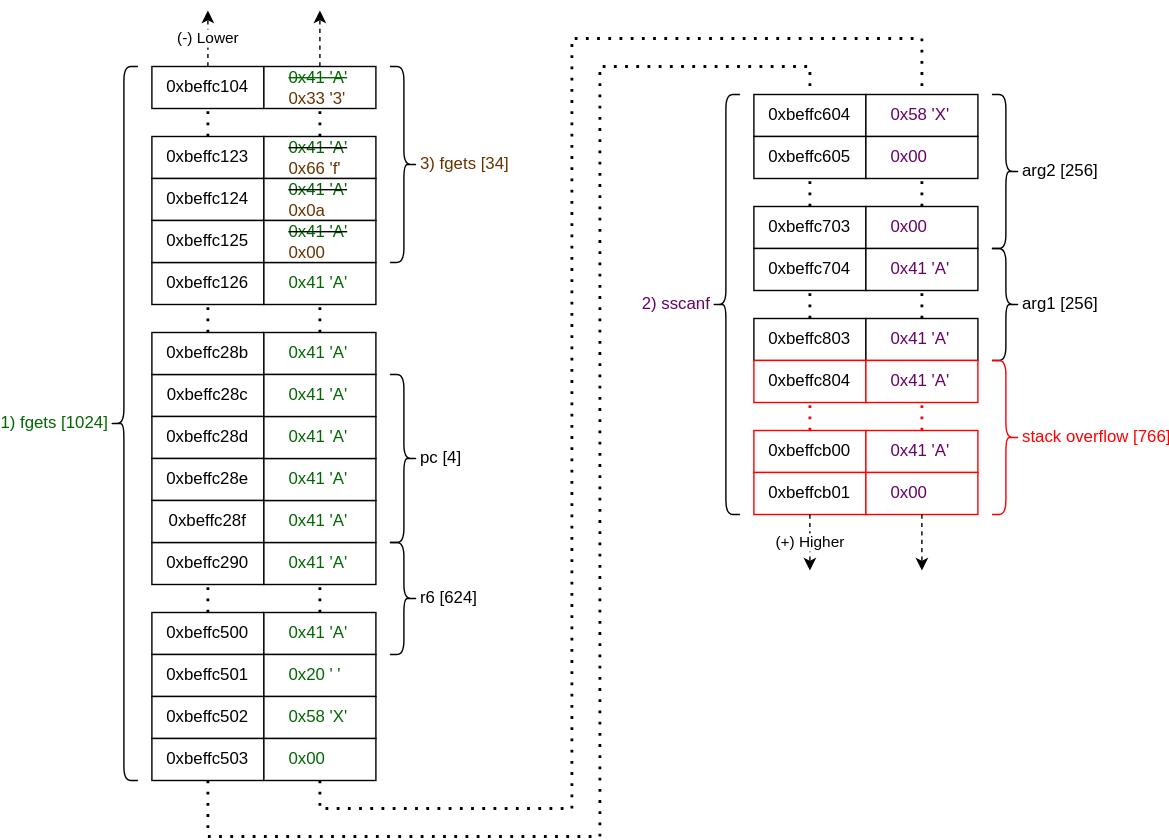
This is images/Memory_Layout-PoV.svg from cyber-defence-campus/netgear_r6700v3_circled, a draw.io export, as it was before one commit. Source tidied: cells renumbered, new cells last; positions are measured from the earlier drawing's top-left corner, leaving out a move shared by most shapes.
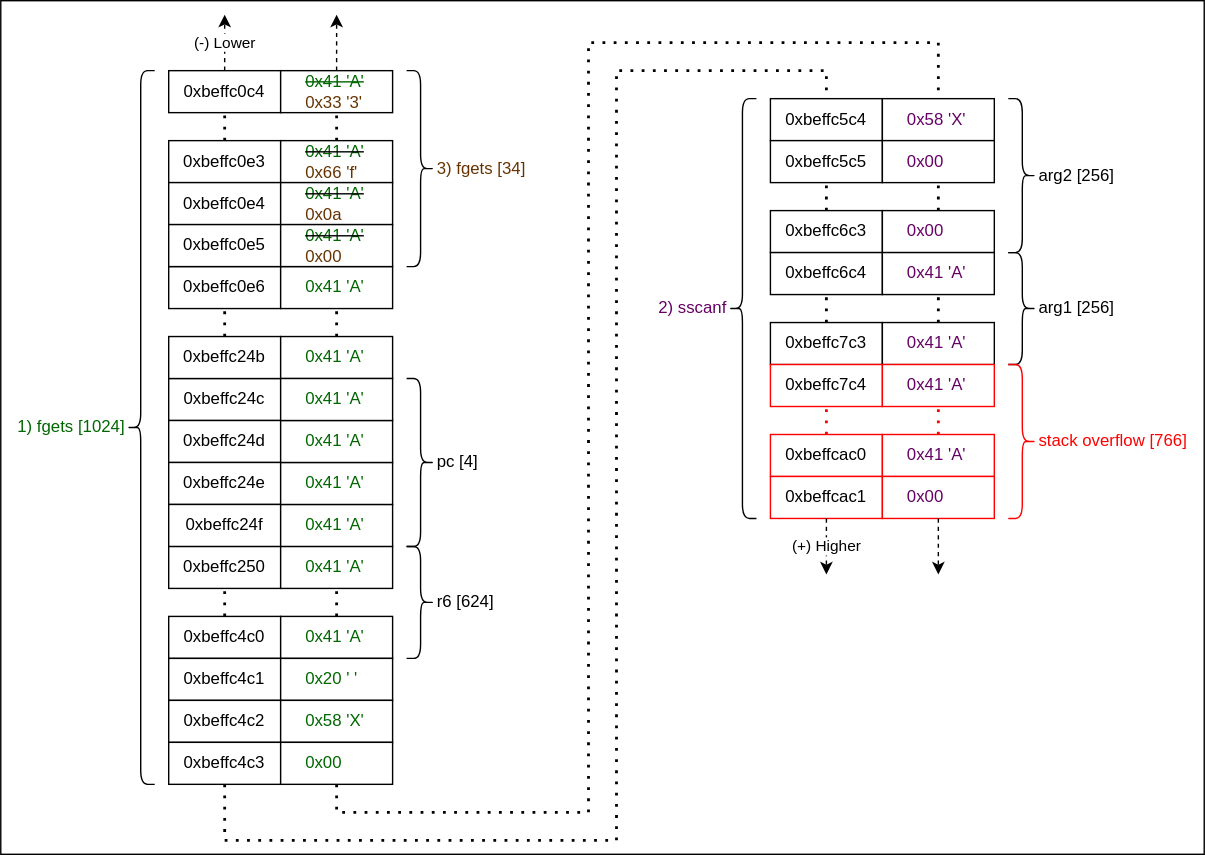
The same file after the commit.

Change to the diagram source:
```diff
@@ -2,10 +2,13 @@
   <root>
     <mxCell id="0" />
     <mxCell id="1" parent="0" />
+    <mxCell id="74" style="rounded=0;whiteSpace=wrap;html=1;" parent="1" vertex="1">
+      <mxGeometry x="-90" y="-10" width="860" height="610" as="geometry" />
+    </mxCell>
-    <mxCell id="2" value="0xbeffc126" style="rounded=0;whiteSpace=wrap;html=1;verticalAlign=middle;" parent="1" vertex="1">
+    <mxCell id="2" value="0xbeffc0e6" style="rounded=0;whiteSpace=wrap;html=1;verticalAlign=middle;" parent="1" vertex="1">
       <mxGeometry x="30" y="180" width="80" height="30" as="geometry" />
     </mxCell>
-    <mxCell id="3" value="0xbeffc500" style="rounded=0;whiteSpace=wrap;html=1;verticalAlign=middle;" parent="1" vertex="1">
+    <mxCell id="3" value="0xbeffc4c0" style="rounded=0;whiteSpace=wrap;html=1;verticalAlign=middle;" parent="1" vertex="1">
       <mxGeometry x="30" y="430" width="80" height="30" as="geometry" />
     </mxCell>
     <mxCell id="4" value="0x41 'A'" style="rounded=0;whiteSpace=wrap;html=1;verticalAlign=middle;fontColor=#006600;align=left;spacingLeft=16;" parent="1" vertex="1">
@@ -25,10 +28,10 @@
         <mxPoint x="150" y="210" as="targetPoint" />
       </mxGeometry>
     </mxCell>
-    <mxCell id="8" value="0xbeffc104" style="rounded=0;whiteSpace=wrap;html=1;verticalAlign=middle;" parent="1" vertex="1">
+    <mxCell id="8" value="0xbeffc0c4" style="rounded=0;whiteSpace=wrap;html=1;verticalAlign=middle;" parent="1" vertex="1">
       <mxGeometry x="30" y="40" width="80" height="30" as="geometry" />
     </mxCell>
-    <mxCell id="9" value="0xbeffc123" style="rounded=0;whiteSpace=wrap;html=1;verticalAlign=middle;" parent="1" vertex="1">
+    <mxCell id="9" value="0xbeffc0e3" style="rounded=0;whiteSpace=wrap;html=1;verticalAlign=middle;" parent="1" vertex="1">
       <mxGeometry x="30" y="90" width="80" height="30" as="geometry" />
     </mxCell>
     <mxCell id="10" value="&lt;font color=&quot;#006600&quot;&gt;&lt;strike&gt;0x41 'A'&lt;/strike&gt;&lt;br&gt;&lt;/font&gt;&lt;font color=&quot;#663300&quot;&gt;0x33 '3'&lt;/font&gt;" style="rounded=0;whiteSpace=wrap;html=1;verticalAlign=middle;align=left;spacingLeft=16;" parent="1" vertex="1">
@@ -45,10 +48,10 @@
         <mxPoint x="150" y="70" as="targetPoint" />
       </mxGeometry>
     </mxCell>
-    <mxCell id="14" value="0xbeffc124" style="rounded=0;whiteSpace=wrap;html=1;verticalAlign=middle;" parent="1" vertex="1">
+    <mxCell id="14" value="0xbeffc0e4" style="rounded=0;whiteSpace=wrap;html=1;verticalAlign=middle;" parent="1" vertex="1">
       <mxGeometry x="30" y="120" width="80" height="30" as="geometry" />
     </mxCell>
-    <mxCell id="15" value="0xbeffc125" style="rounded=0;whiteSpace=wrap;html=1;verticalAlign=middle;" parent="1" vertex="1">
+    <mxCell id="15" value="0xbeffc0e5" style="rounded=0;whiteSpace=wrap;html=1;verticalAlign=middle;" parent="1" vertex="1">
       <mxGeometry x="30" y="150" width="80" height="30" as="geometry" />
     </mxCell>
     <mxCell id="16" value="&lt;strike&gt;&lt;font color=&quot;#006600&quot;&gt;0x41 'A'&lt;/font&gt;&lt;/strike&gt;&lt;br&gt;&lt;font color=&quot;#663300&quot;&gt;0x0a&lt;br&gt;&lt;/font&gt;" style="rounded=0;whiteSpace=wrap;html=1;verticalAlign=middle;align=left;spacingLeft=16;" parent="1" vertex="1">
@@ -68,19 +71,19 @@
         <mxPoint x="150" as="targetPoint" />
       </mxGeometry>
     </mxCell>
-    <mxCell id="20" value="0xbeffc501" style="rounded=0;whiteSpace=wrap;html=1;verticalAlign=middle;" parent="1" vertex="1">
+    <mxCell id="20" value="0xbeffc4c1" style="rounded=0;whiteSpace=wrap;html=1;verticalAlign=middle;" parent="1" vertex="1">
       <mxGeometry x="30" y="460" width="80" height="30" as="geometry" />
     </mxCell>
     <mxCell id="21" value="0x20 ' '" style="rounded=0;whiteSpace=wrap;html=1;verticalAlign=middle;fontColor=#006600;align=left;spacingLeft=16;" parent="1" vertex="1">
       <mxGeometry x="110" y="460" width="80" height="30" as="geometry" />
     </mxCell>
-    <mxCell id="22" value="0xbeffc502" style="rounded=0;whiteSpace=wrap;html=1;verticalAlign=middle;" parent="1" vertex="1">
+    <mxCell id="22" value="0xbeffc4c2" style="rounded=0;whiteSpace=wrap;html=1;verticalAlign=middle;" parent="1" vertex="1">
       <mxGeometry x="30" y="490" width="80" height="30" as="geometry" />
     </mxCell>
     <mxCell id="23" value="0x58 'X'" style="rounded=0;whiteSpace=wrap;html=1;verticalAlign=middle;fontColor=#006600;align=left;spacingLeft=16;" parent="1" vertex="1">
       <mxGeometry x="110" y="490" width="80" height="30" as="geometry" />
     </mxCell>
-    <mxCell id="24" value="0xbeffc503" style="rounded=0;whiteSpace=wrap;html=1;verticalAlign=middle;" parent="1" vertex="1">
+    <mxCell id="24" value="0xbeffc4c3" style="rounded=0;whiteSpace=wrap;html=1;verticalAlign=middle;" parent="1" vertex="1">
       <mxGeometry x="30" y="520" width="80" height="30" as="geometry" />
     </mxCell>
     <mxCell id="25" value="0x00" style="rounded=0;whiteSpace=wrap;html=1;verticalAlign=middle;fontColor=#006600;align=left;spacingLeft=16;" parent="1" vertex="1">
@@ -92,37 +95,37 @@
     <mxCell id="27" value="1) fgets [1024]" style="shape=curlyBracket;html=1;rounded=1;labelPosition=left;verticalLabelPosition=middle;align=right;verticalAlign=middle;fontColor=#006600;" parent="1" vertex="1">
       <mxGeometry y="40" width="20" height="510" as="geometry" />
     </mxCell>
-    <mxCell id="28" value="0xbeffc604" style="rounded=0;whiteSpace=wrap;html=1;verticalAlign=middle;" parent="1" vertex="1">
+    <mxCell id="28" value="0xbeffc5c4" style="rounded=0;whiteSpace=wrap;html=1;verticalAlign=middle;" parent="1" vertex="1">
       <mxGeometry x="460" y="60" width="80" height="30" as="geometry" />
     </mxCell>
     <mxCell id="29" value="0x58 'X'" style="rounded=0;whiteSpace=wrap;html=1;verticalAlign=middle;fontColor=#660066;align=left;spacingLeft=16;" parent="1" vertex="1">
       <mxGeometry x="540" y="60" width="80" height="30" as="geometry" />
     </mxCell>
-    <mxCell id="30" value="0xbeffc605" style="rounded=0;whiteSpace=wrap;html=1;verticalAlign=middle;" parent="1" vertex="1">
+    <mxCell id="30" value="0xbeffc5c5" style="rounded=0;whiteSpace=wrap;html=1;verticalAlign=middle;" parent="1" vertex="1">
       <mxGeometry x="460" y="90" width="80" height="30" as="geometry" />
     </mxCell>
     <mxCell id="31" value="0x00" style="rounded=0;whiteSpace=wrap;html=1;verticalAlign=middle;fontColor=#660066;align=left;spacingLeft=16;" parent="1" vertex="1">
       <mxGeometry x="540" y="90" width="80" height="30" as="geometry" />
     </mxCell>
-    <mxCell id="32" value="0xbeffc703" style="rounded=0;whiteSpace=wrap;html=1;verticalAlign=middle;" parent="1" vertex="1">
+    <mxCell id="32" value="0xbeffc6c3" style="rounded=0;whiteSpace=wrap;html=1;verticalAlign=middle;" parent="1" vertex="1">
       <mxGeometry x="460" y="140" width="80" height="30" as="geometry" />
     </mxCell>
     <mxCell id="33" value="0x00" style="rounded=0;whiteSpace=wrap;html=1;verticalAlign=middle;fontColor=#660066;align=left;spacingLeft=16;" parent="1" vertex="1">
       <mxGeometry x="540" y="140" width="80" height="30" as="geometry" />
     </mxCell>
-    <mxCell id="34" value="0xbeffc704" style="rounded=0;whiteSpace=wrap;html=1;verticalAlign=middle;" parent="1" vertex="1">
+    <mxCell id="34" value="0xbeffc6c4" style="rounded=0;whiteSpace=wrap;html=1;verticalAlign=middle;" parent="1" vertex="1">
       <mxGeometry x="460" y="170" width="80" height="30" as="geometry" />
     </mxCell>
     <mxCell id="35" value="0x41 'A'" style="rounded=0;whiteSpace=wrap;html=1;verticalAlign=middle;fontColor=#660066;align=left;spacingLeft=16;" parent="1" vertex="1">
       <mxGeometry x="540" y="170" width="80" height="30" as="geometry" />
     </mxCell>
-    <mxCell id="36" value="0xbeffc803" style="rounded=0;whiteSpace=wrap;html=1;verticalAlign=middle;" parent="1" vertex="1">
+    <mxCell id="36" value="0xbeffc7c3" style="rounded=0;whiteSpace=wrap;html=1;verticalAlign=middle;" parent="1" vertex="1">
       <mxGeometry x="460" y="220" width="80" height="30" as="geometry" />
     </mxCell>
     <mxCell id="37" value="0x41 'A'" style="rounded=0;whiteSpace=wrap;html=1;verticalAlign=middle;fontColor=#660066;align=left;spacingLeft=16;" parent="1" vertex="1">
       <mxGeometry x="540" y="220" width="80" height="30" as="geometry" />
     </mxCell>
-    <mxCell id="38" value="0xbeffc804" style="rounded=0;whiteSpace=wrap;html=1;verticalAlign=middle;strokeColor=#FF0000;" parent="1" vertex="1">
+    <mxCell id="38" value="0xbeffc7c4" style="rounded=0;whiteSpace=wrap;html=1;verticalAlign=middle;strokeColor=#FF0000;" parent="1" vertex="1">
       <mxGeometry x="460" y="250" width="80" height="30" as="geometry" />
     </mxCell>
     <mxCell id="39" value="0x41 'A'" style="rounded=0;whiteSpace=wrap;html=1;verticalAlign=middle;fontColor=#660066;align=left;spacingLeft=16;strokeColor=#FF0000;" parent="1" vertex="1">
@@ -134,7 +137,7 @@
     <mxCell id="41" value="arg1 [256]" style="shape=curlyBracket;html=1;rounded=1;flipH=1;labelPosition=right;verticalLabelPosition=middle;align=left;verticalAlign=middle;" parent="1" vertex="1">
       <mxGeometry x="630" y="170" width="20" height="80" as="geometry" />
     </mxCell>
-    <mxCell id="42" value="0xbeffcb00" style="rounded=0;whiteSpace=wrap;html=1;verticalAlign=middle;strokeColor=#FF0000;" parent="1" vertex="1">
+    <mxCell id="42" value="0xbeffcac0" style="rounded=0;whiteSpace=wrap;html=1;verticalAlign=middle;strokeColor=#FF0000;" parent="1" vertex="1">
       <mxGeometry x="460" y="300" width="80" height="30" as="geometry" />
     </mxCell>
     <mxCell id="43" value="0x41 'A'" style="rounded=0;whiteSpace=wrap;html=1;verticalAlign=middle;fontColor=#660066;align=left;spacingLeft=16;strokeColor=#FF0000;" parent="1" vertex="1">
@@ -152,7 +155,7 @@
     <mxCell id="47" style="endArrow=none;dashed=1;html=1;dashPattern=1 3;strokeWidth=2;rounded=0;entryX=0.5;entryY=1;entryDx=0;entryDy=0;exitX=0.5;exitY=0;exitDx=0;exitDy=0;" parent="1" edge="1" source="37" target="35">
       <mxGeometry relative="1" as="geometry" />
     </mxCell>
-    <mxCell id="48" value="0xbeffcb01" style="rounded=0;whiteSpace=wrap;html=1;verticalAlign=middle;strokeColor=#FF0000;" parent="1" vertex="1">
+    <mxCell id="48" value="0xbeffcac1" style="rounded=0;whiteSpace=wrap;html=1;verticalAlign=middle;strokeColor=#FF0000;" parent="1" vertex="1">
       <mxGeometry x="460" y="330" width="80" height="30" as="geometry" />
     </mxCell>
     <mxCell id="49" value="0x00" style="rounded=0;whiteSpace=wrap;html=1;verticalAlign=middle;fontColor=#660066;align=left;spacingLeft=16;strokeColor=#FF0000;" parent="1" vertex="1">
@@ -207,7 +210,7 @@
     <mxCell id="57" value="stack overflow [766]" style="shape=curlyBracket;html=1;rounded=1;flipH=1;labelPosition=right;verticalLabelPosition=middle;align=left;verticalAlign=middle;strokeColor=#FF0000;fontColor=#FF0000;" parent="1" vertex="1">
       <mxGeometry x="630" y="250" width="20" height="110" as="geometry" />
     </mxCell>
-    <mxCell id="58" value="0xbeffc290" style="rounded=0;whiteSpace=wrap;html=1;verticalAlign=middle;" parent="1" vertex="1">
+    <mxCell id="58" value="0xbeffc250" style="rounded=0;whiteSpace=wrap;html=1;verticalAlign=middle;" parent="1" vertex="1">
       <mxGeometry x="30" y="380" width="80" height="30" as="geometry" />
     </mxCell>
     <mxCell id="59" value="0x41 'A'" style="rounded=0;whiteSpace=wrap;html=1;verticalAlign=middle;fontColor=#006600;align=left;spacingLeft=16;" parent="1" vertex="1">
@@ -223,22 +226,22 @@
         <mxPoint x="150" y="410" as="targetPoint" />
       </mxGeometry>
     </mxCell>
-    <mxCell id="62" value="0xbeffc28c" style="rounded=0;whiteSpace=wrap;html=1;verticalAlign=middle;" parent="1" vertex="1">
+    <mxCell id="62" value="0xbeffc24c" style="rounded=0;whiteSpace=wrap;html=1;verticalAlign=middle;" parent="1" vertex="1">
       <mxGeometry x="30" y="260" width="80" height="30" as="geometry" />
     </mxCell>
-    <mxCell id="63" value="0xbeffc28d" style="rounded=0;whiteSpace=wrap;html=1;verticalAlign=middle;" parent="1" vertex="1">
+    <mxCell id="63" value="0xbeffc24d" style="rounded=0;whiteSpace=wrap;html=1;verticalAlign=middle;" parent="1" vertex="1">
       <mxGeometry x="30" y="290" width="80" height="30" as="geometry" />
     </mxCell>
-    <mxCell id="64" value="0xbeffc28e" style="rounded=0;whiteSpace=wrap;html=1;verticalAlign=middle;" parent="1" vertex="1">
+    <mxCell id="64" value="0xbeffc24e" style="rounded=0;whiteSpace=wrap;html=1;verticalAlign=middle;" parent="1" vertex="1">
       <mxGeometry x="30" y="320" width="80" height="30" as="geometry" />
     </mxCell>
-    <mxCell id="65" value="0xbeffc28f" style="rounded=0;whiteSpace=wrap;html=1;verticalAlign=middle;" parent="1" vertex="1">
+    <mxCell id="65" value="0xbeffc24f" style="rounded=0;whiteSpace=wrap;html=1;verticalAlign=middle;" parent="1" vertex="1">
       <mxGeometry x="30" y="350" width="80" height="30" as="geometry" />
     </mxCell>
     <mxCell id="66" value="r6 [624]" style="shape=curlyBracket;html=1;rounded=1;flipH=1;labelPosition=right;verticalLabelPosition=middle;align=left;verticalAlign=middle;" parent="1" vertex="1">
       <mxGeometry x="200" y="380" width="20" height="80" as="geometry" />
     </mxCell>
-    <mxCell id="67" value="0xbeffc28b" style="rounded=0;whiteSpace=wrap;html=1;verticalAlign=middle;" parent="1" vertex="1">
+    <mxCell id="67" value="0xbeffc24b" style="rounded=0;whiteSpace=wrap;html=1;verticalAlign=middle;" parent="1" vertex="1">
       <mxGeometry x="30" y="230" width="80" height="30" as="geometry" />
     </mxCell>
     <mxCell id="68" value="0x41 'A'&lt;strike&gt;&lt;br&gt;&lt;/strike&gt;" style="rounded=0;whiteSpace=wrap;html=1;verticalAlign=middle;fontColor=#006600;align=left;spacingLeft=16;" parent="1" vertex="1">
```
